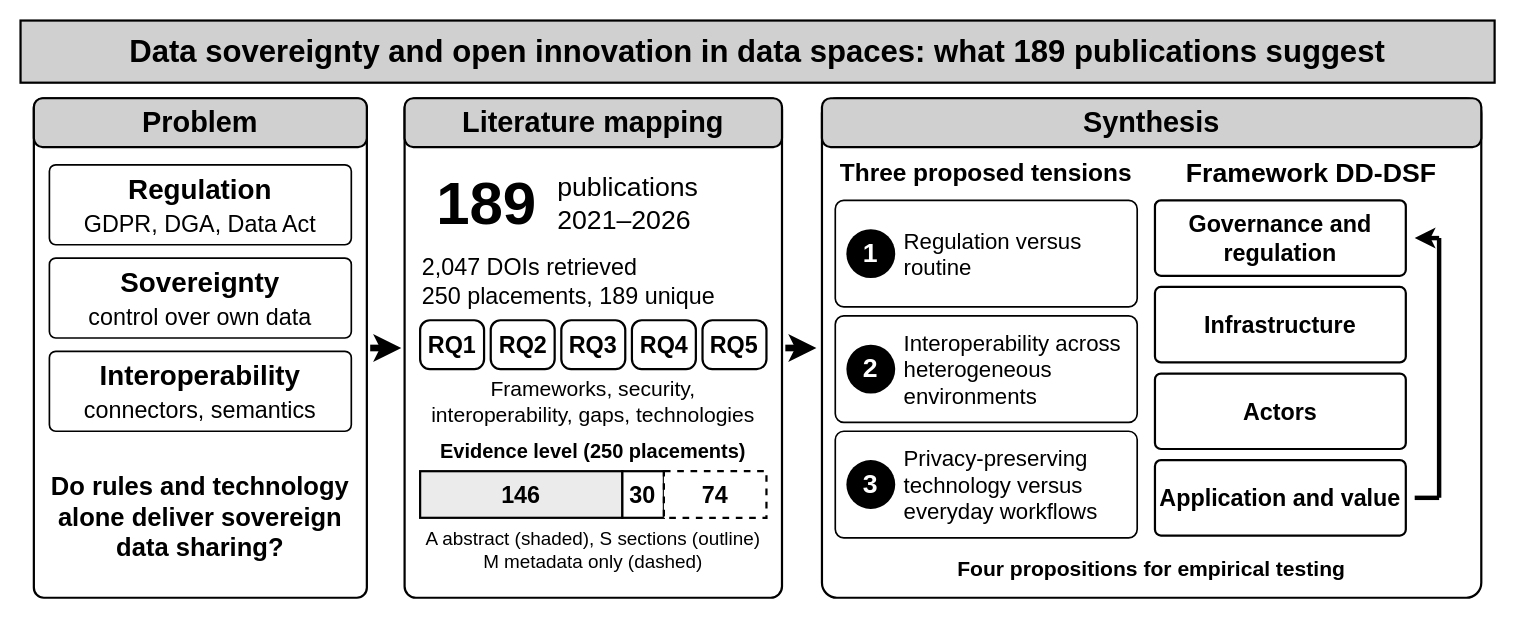
Before: figures/graphical_abstract.drawio in egagraha/slr-dataspace, a draw.io diagram. Source tidied: cells renumbered, new cells numbered last; positions are measured from the earlier drawing's top-left corner, leaving out a move shared by most shapes. Both pictures are drawn from the tidied source at 111%, with x=0, y=0 at pixel (20, 20).
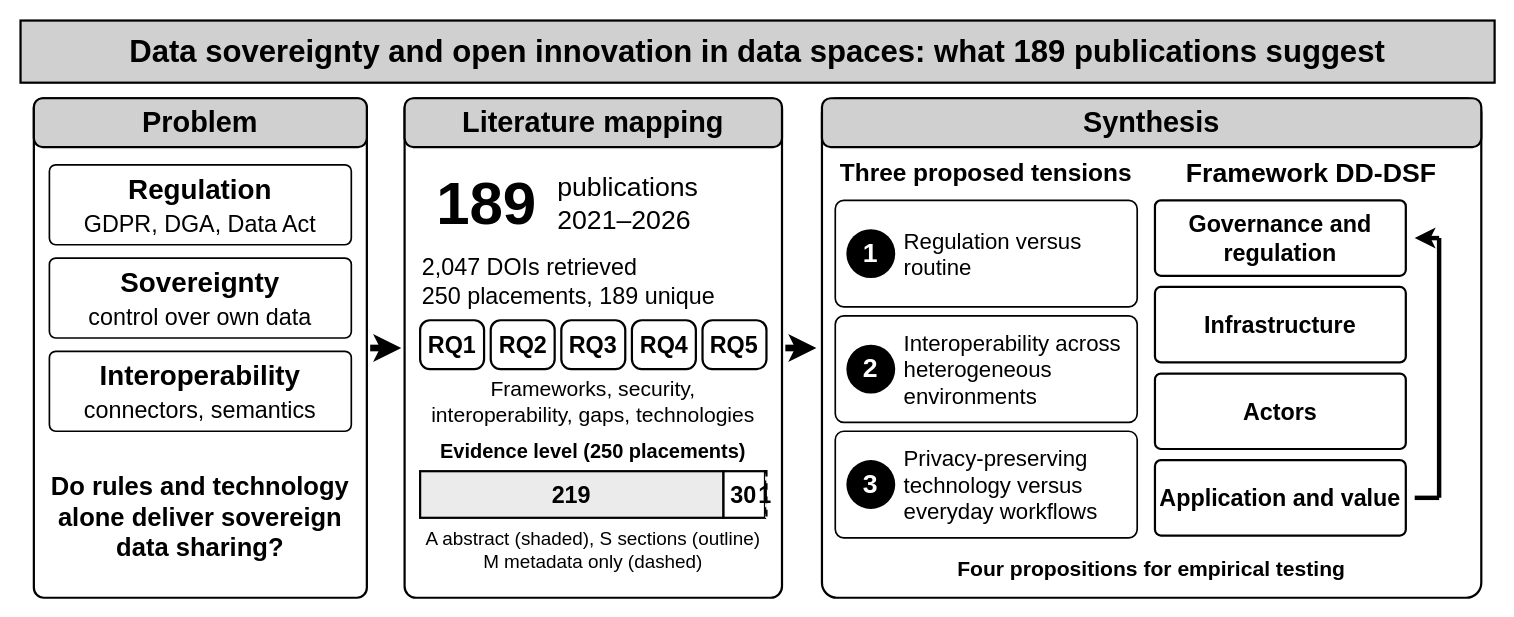
After the change.

The edit, as a diff of the source:
```diff
@@
-    <mxCell id="22" value="146" style="rounded=0;whiteSpace=wrap;html=1;fillColor=#EBEBEB;strokeColor=#000000;strokeWidth=2;fontFamily=Helvetica;fontSize=21;fontColor=#000000;fontStyle=1;align=center;verticalAlign=middle;dashed=0;" parent="1" vertex="1">
-      <mxGeometry x="360" y="406" width="182.2" height="42" as="geometry" />
+    <mxCell id="22" value="219" style="rounded=0;whiteSpace=wrap;html=1;fillColor=#EBEBEB;strokeColor=#000000;strokeWidth=2;fontFamily=Helvetica;fontSize=21;fontColor=#000000;fontStyle=1;align=center;verticalAlign=middle;dashed=0;" parent="1" vertex="1">
+      <mxGeometry x="360" y="406" width="273.3" height="42" as="geometry" />
     </mxCell>
     <mxCell id="23" value="30" style="rounded=0;whiteSpace=wrap;html=1;fillColor=#ffffff;strokeColor=#000000;strokeWidth=2;fontFamily=Helvetica;fontSize=21;fontColor=#000000;fontStyle=1;align=center;verticalAlign=middle;dashed=0;" parent="1" vertex="1">
-      <mxGeometry x="542.2" y="406" width="37.4" height="42" as="geometry" />
+      <mxGeometry x="633.3" y="406" width="37.4" height="42" as="geometry" />
     </mxCell>
-    <mxCell id="24" value="74" style="rounded=0;whiteSpace=wrap;html=1;fillColor=#ffffff;strokeColor=#000000;strokeWidth=2;fontFamily=Helvetica;fontSize=21;fontColor=#000000;fontStyle=1;align=center;verticalAlign=middle;dashed=1;" parent="1" vertex="1">
-      <mxGeometry x="579.6" y="406" width="92.4" height="42" as="geometry" />
+    <mxCell id="24" value="1" style="rounded=0;whiteSpace=wrap;html=1;fillColor=#ffffff;strokeColor=#000000;strokeWidth=2;fontFamily=Helvetica;fontSize=21;fontColor=#000000;fontStyle=1;align=center;verticalAlign=middle;dashed=1;" parent="1" vertex="1">
+      <mxGeometry x="670.8" y="406" width="1.2" height="42" as="geometry" />
     </mxCell>
```
